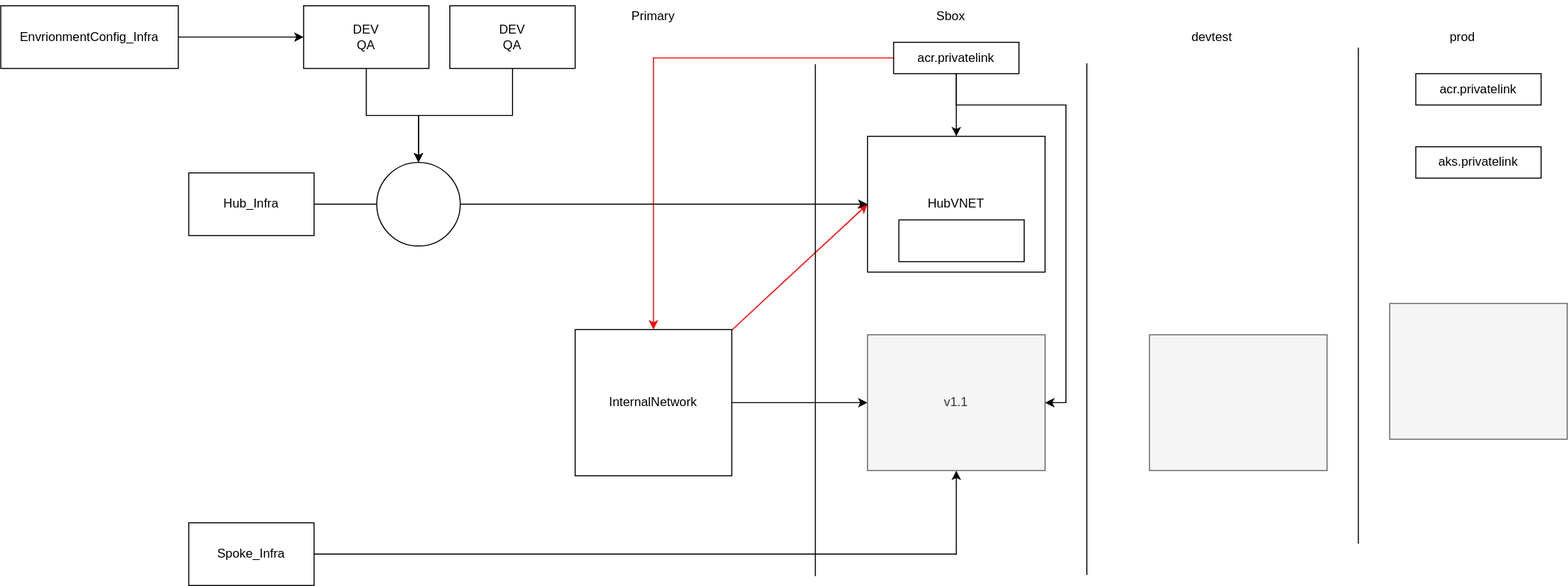
vjavle/invoicecloud keeps this draw.io diagram as infra/HubSpokeLinkingBeforePalo.svg. Above is the earlier version. Source tidied: cells renumbered, new cells last; positions are measured from the earlier drawing's top-left corner, leaving out a move shared by most shapes.
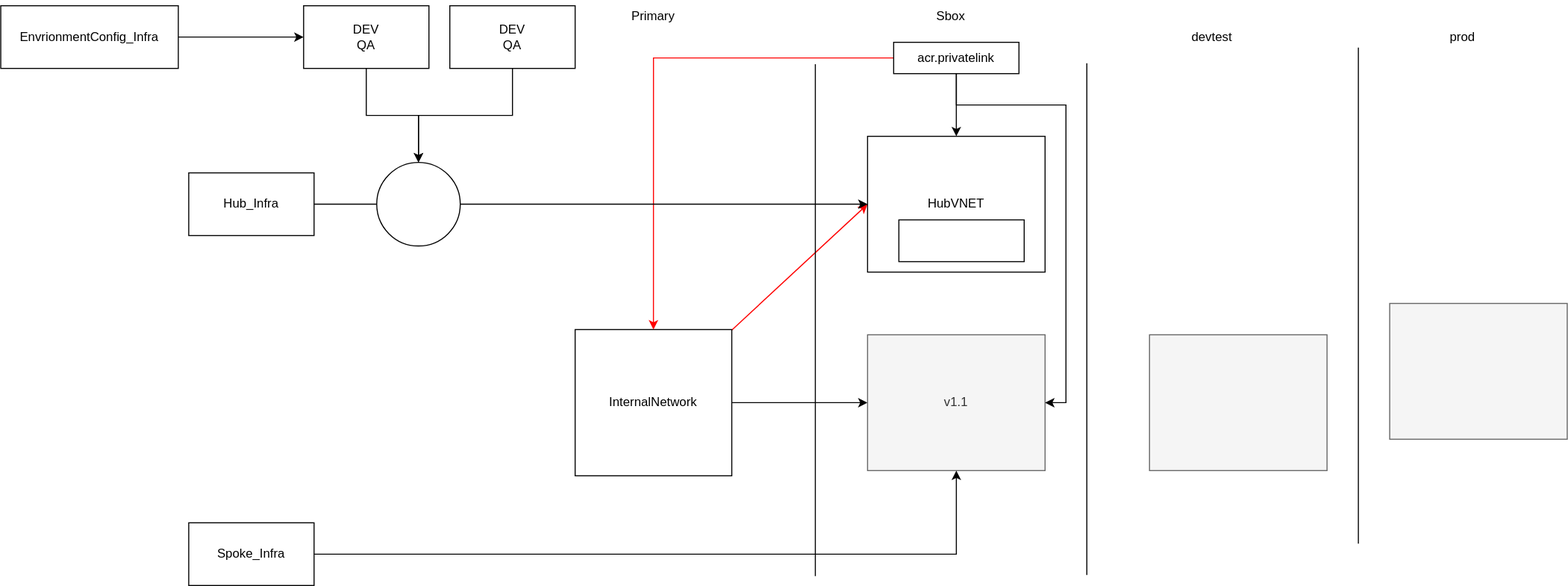
After the commit.

What changed in the source:
```diff
@@ -71,12 +71,6 @@
     <mxCell id="19" value="acr.privatelink" style="rounded=0;whiteSpace=wrap;html=1;" parent="1" vertex="1">
       <mxGeometry x="855" y="40" width="120" height="30" as="geometry" />
     </mxCell>
-    <mxCell id="20" value="acr.privatelink" style="rounded=0;whiteSpace=wrap;html=1;" parent="1" vertex="1">
-      <mxGeometry x="1355" y="70" width="120" height="30" as="geometry" />
-    </mxCell>
-    <mxCell id="21" value="aks.privatelink" style="rounded=0;whiteSpace=wrap;html=1;" parent="1" vertex="1">
-      <mxGeometry x="1355" y="140" width="120" height="30" as="geometry" />
-    </mxCell>
     <mxCell id="22" style="rounded=0;whiteSpace=wrap;html=1;" parent="1" vertex="1">
       <mxGeometry x="860" y="210" width="120" height="40" as="geometry" />
     </mxCell>
```
